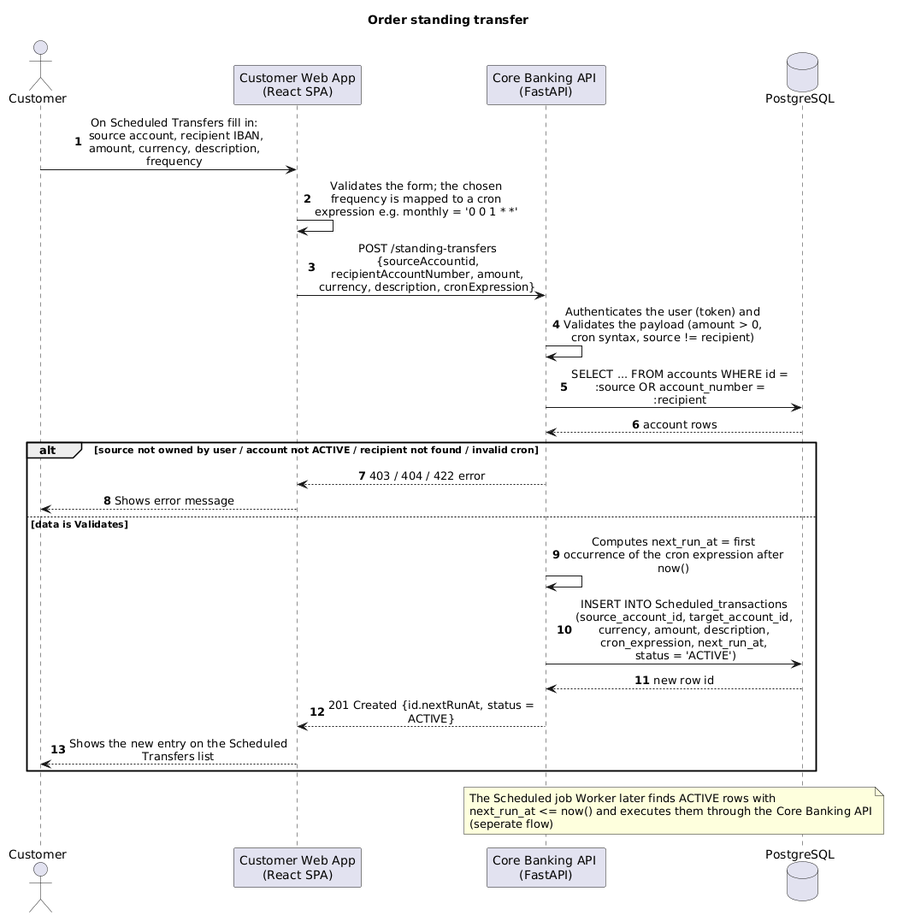
K0D1Z/software-engineering-project keeps this PlantUML diagram as docs/sequence_diagrams/png/order_standing_transfer_sequence.png. Above is the earlier version.
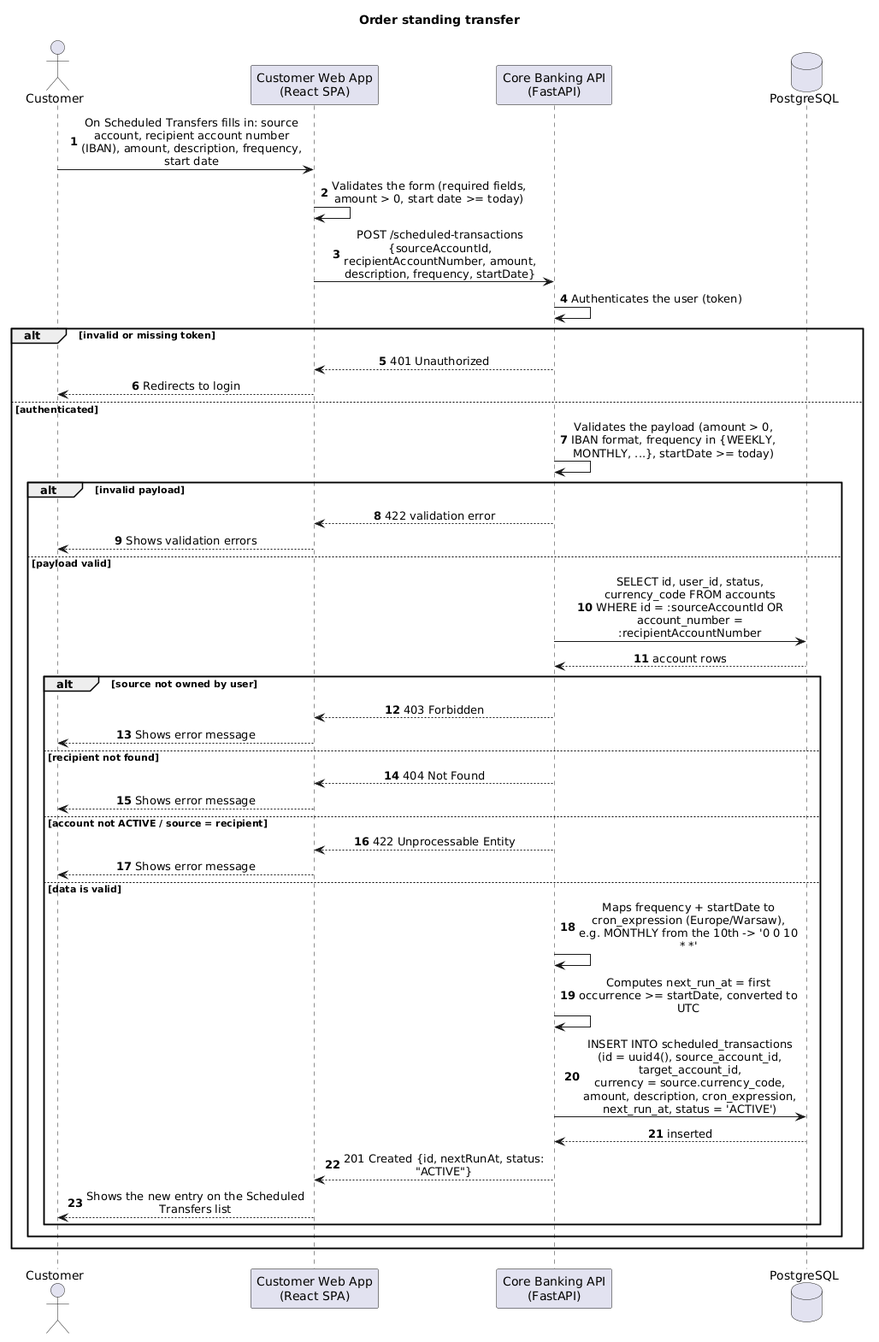
After the commit.

What changed in the source:
```diff
@@ -6,25 +6,42 @@
 skinparam maxMessageSize 260
 actor "Customer" as customer
 participant "Customer Web App\n(React SPA)" as spa
-participant "Core Banking API \n(FastAPI)" as api
+participant "Core Banking API\n(FastAPI)" as api
 database "PostgreSQL" as db
 
-customer -> spa : On Scheduled Transfers fill in:\n source account, recipient IBAN, amount, currency, description, frequency
-spa -> spa : Validates the form; the chosen frequency is mapped to a cron  expression e.g. monthly = '0 0 1 * *'
-spa -> api : POST /standing-transfers {sourceAccountid, recipientAccountNumber, amount, currency, description, cronExpression}
-api -> api : Authenticates the user (token) and Validates the payload (amount > 0, cron syntax, source != recipient)
-api -> db : SELECT ... FROM accounts WHERE id = :source OR account_number = :recipient
-db --> api : account rows
+customer -> spa : On Scheduled Transfers fills in: source account, recipient account number (IBAN), amount, description, frequency, start date
+spa -> spa : Validates the form (required fields, amount > 0, start date >= today)
+spa -> api : POST /scheduled-transactions {sourceAccountId, recipientAccountNumber, amount, description, frequency, startDate}
+api -> api : Authenticates the user (token)
 
-alt source not owned by user / account not ACTIVE / recipient not found / invalid cron
-api --> spa : 403 / 404 / 422 error
-spa --> customer : Shows error message
-else data is Validates
-api -> api : Computes next_run_at = first occurrence of the cron expression after now()
-api -> db : INSERT INTO Scheduled_transactions (source_account_id, target_account_id, currency, amount, description, cron_expression, next_run_at,\n status = 'ACTIVE')
-db --> api : new row id
-api --> spa : 201 Created {id.nextRunAt, status = ACTIVE}
-spa --> customer : Shows the new entry on the Scheduled Transfers list
+alt invalid or missing token
+    api --> spa : 401 Unauthorized
+    spa --> customer : Redirects to login
+else authenticated
+    api -> api : Validates the payload (amount > 0, IBAN format, frequency in {WEEKLY, MONTHLY, ...}, startDate >= today)
+    alt invalid payload
+        api --> spa : 422 validation error
+        spa --> customer : Shows validation errors
+    else payload valid
+        api -> db : SELECT id, user_id, status, currency_code FROM accounts\nWHERE id = :sourceAccountId OR account_number = :recipientAccountNumber
+        db --> api : account rows
+        alt source not owned by user
+            api --> spa : 403 Forbidden
+            spa --> customer : Shows error message
+        else recipient not found
+            api --> spa : 404 Not Found
+            spa --> customer : Shows error message
+        else account not ACTIVE / source = recipient
+            api --> spa : 422 Unprocessable Entity
+            spa --> customer : Shows error message
+        else data is valid
+            api -> api : Maps frequency + startDate to cron_expression (Europe/Warsaw),\ne.g. MONTHLY from the 10th -> '0 0 10 * *'
+            api -> api : Computes next_run_at = first occurrence >= startDate, converted to UTC
+            api -> db : INSERT INTO scheduled_transactions (id = uuid4(), source_account_id, target_account_id,\ncurrency = source.currency_code, amount, description, cron_expression, next_run_at, status = 'ACTIVE')
+            db --> api : inserted
+            api --> spa : 201 Created {id, nextRunAt, status: "ACTIVE"}
+            spa --> customer : Shows the new entry on the Scheduled Transfers list
+        end
+    end
 end
-Note over api,db : The Scheduled job Worker later finds ACTIVE rows with\nnext_run_at <= now() and executes them through the Core Banking API\n(seperate flow)
 @enduml
```
